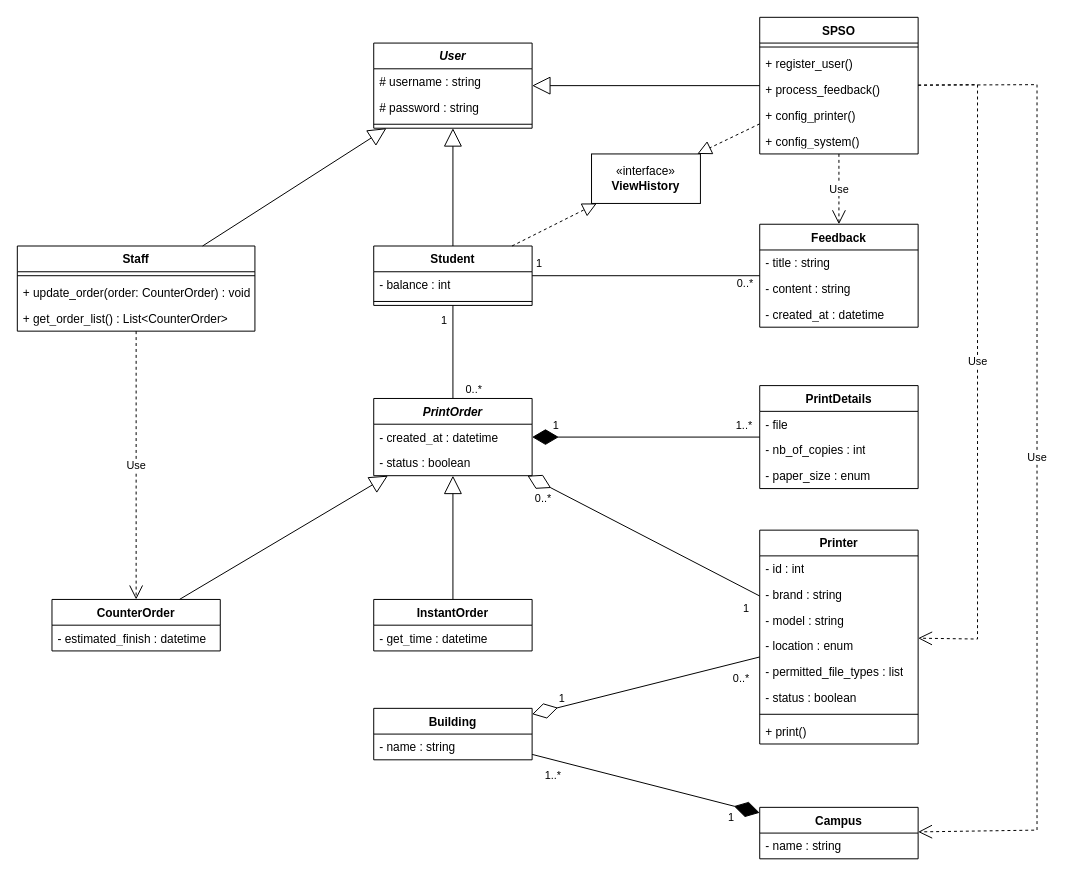
Before: printing-module-class-diagram.drawio in blueonline07/auth-demo, a draw.io diagram. Source tidied: cells renumbered, new cells numbered last; positions are measured from the earlier drawing's top-left corner, leaving out a move shared by most shapes. Both pictures are drawn from the tidied source at 99%, with x=0, y=0 at pixel (17, 17).
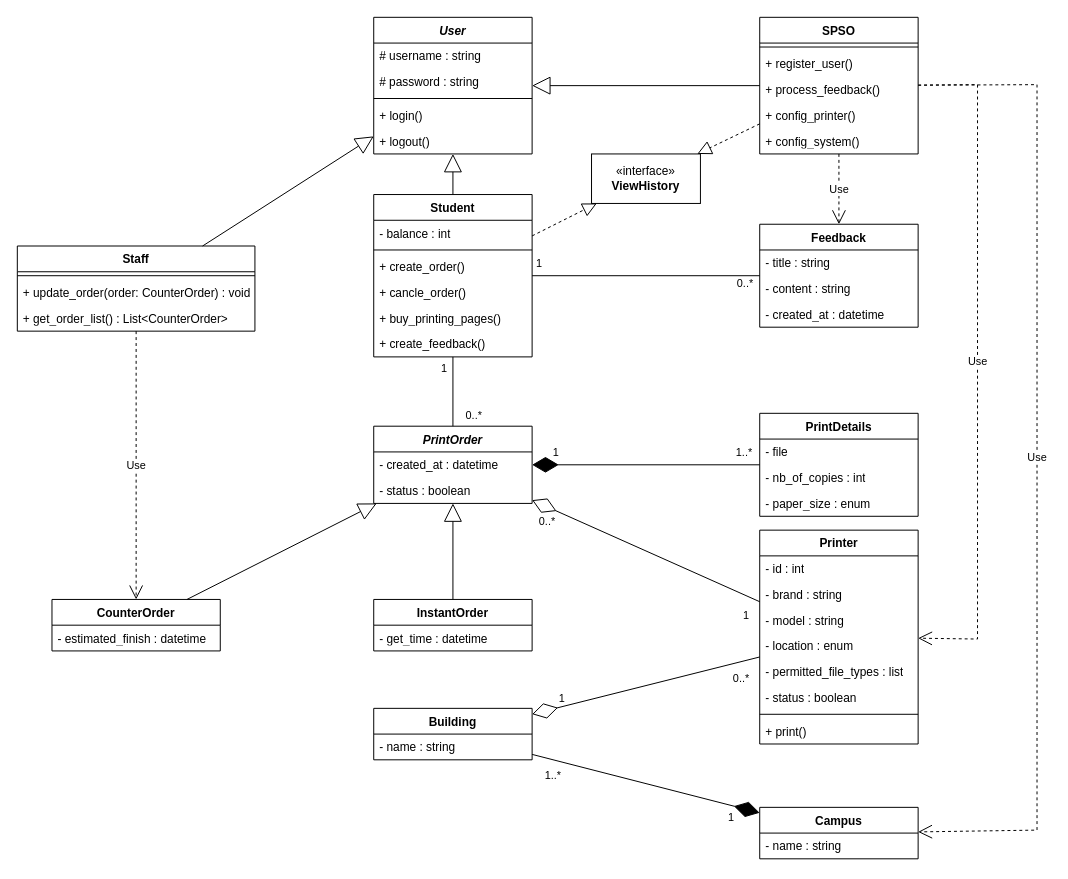
Above is the later version.

The change refers to these unchanged cells:
```xml
<mxCell id="44" style="endArrow=none;html=1;edgeStyle=orthogonalEdgeStyle;rounded=0;" parent="1" edge="1" source="10" target="13">
  <mxGeometry relative="1" as="geometry" />
</mxCell>
```

Diff of the diagram source:
```diff
@@
     <mxCell id="2" value="&lt;i&gt;User&lt;/i&gt;" style="swimlane;fontStyle=1;align=center;verticalAlign=top;horizontal=1;startSize=26;whiteSpace=wrap;html=1;" parent="1" vertex="1">
-      <mxGeometry x="360" y="26" width="160" height="86" as="geometry" />
+      <mxGeometry x="360" width="160" height="138" as="geometry" />
     </mxCell>
@@
+    <mxCell id="77" value="+ login()" style="text;strokeColor=none;fillColor=none;align=left;verticalAlign=top;spacingLeft=4;spacingRight=4;overflow=hidden;whiteSpace=wrap;html=1;" parent="2" vertex="1">
+      <mxGeometry y="86" width="160" height="26" as="geometry" />
+    </mxCell>
+    <mxCell id="78" value="+ logout()" style="text;strokeColor=none;fillColor=none;align=left;verticalAlign=top;spacingLeft=4;spacingRight=4;overflow=hidden;whiteSpace=wrap;html=1;" parent="2" vertex="1">
+      <mxGeometry y="112" width="160" height="26" as="geometry" />
+    </mxCell>
@@
     <mxCell id="10" value="Student" style="swimlane;fontStyle=1;align=center;verticalAlign=top;horizontal=1;startSize=26;whiteSpace=wrap;html=1;" parent="1" vertex="1">
-      <mxGeometry x="360" y="231" width="160" height="60" as="geometry" />
+      <mxGeometry x="360" y="179" width="160" height="164" as="geometry" />
     </mxCell>
@@
+    <mxCell id="79" value="+ create_order()" style="text;strokeColor=none;fillColor=none;align=left;verticalAlign=top;spacingLeft=4;spacingRight=4;overflow=hidden;whiteSpace=wrap;html=1;" parent="10" vertex="1">
+      <mxGeometry y="60" width="160" height="26" as="geometry" />
+    </mxCell>
+    <mxCell id="80" value="+ cancle_order()" style="text;strokeColor=none;fillColor=none;align=left;verticalAlign=top;spacingLeft=4;spacingRight=4;overflow=hidden;whiteSpace=wrap;html=1;" parent="10" vertex="1">
+      <mxGeometry y="86" width="160" height="26" as="geometry" />
+    </mxCell>
+    <mxCell id="81" value="+ buy_printing_pages()" style="text;strokeColor=none;fillColor=none;align=left;verticalAlign=top;spacingLeft=4;spacingRight=4;overflow=hidden;whiteSpace=wrap;html=1;" parent="10" vertex="1">
+      <mxGeometry y="112" width="160" height="26" as="geometry" />
+    </mxCell>
+    <mxCell id="82" value="+ create_feedback()" style="text;strokeColor=none;fillColor=none;align=left;verticalAlign=top;spacingLeft=4;spacingRight=4;overflow=hidden;whiteSpace=wrap;html=1;" parent="10" vertex="1">
+      <mxGeometry y="138" width="160" height="26" as="geometry" />
+    </mxCell>
     <mxCell id="13" value="&lt;i&gt;PrintOrder&lt;/i&gt;" style="swimlane;fontStyle=1;align=center;verticalAlign=top;horizontal=1;startSize=26;whiteSpace=wrap;html=1;" parent="1" vertex="1">
-      <mxGeometry x="360" y="385" width="160" height="78" as="geometry" />
+      <mxGeometry x="360" y="413" width="160" height="78" as="geometry" />
     </mxCell>
@@
     <mxCell id="29" value="PrintDetails" style="swimlane;fontStyle=1;align=center;verticalAlign=top;horizontal=1;startSize=26;whiteSpace=wrap;html=1;" parent="1" vertex="1">
-      <mxGeometry x="749.9" y="372" width="160" height="104" as="geometry" />
+      <mxGeometry x="749.9" y="400" width="160" height="104" as="geometry" />
     </mxCell>
@@
     <mxCell id="46" value="0..*" style="edgeLabel;html=1;align=center;verticalAlign=middle;" parent="44" vertex="1">
       <mxGeometry x="0.64" y="2" relative="1" as="geometry">
-        <mxPoint x="18" y="7" as="offset" />
+        <mxPoint x="18" y="1" as="offset" />
       </mxGeometry>
     </mxCell>
```
